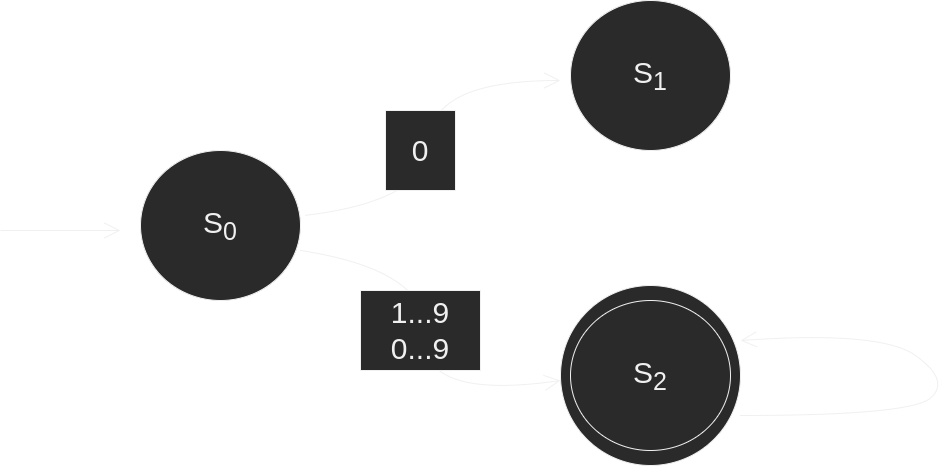
Before: transition_diagrams/decnum_transition_diagram.png, a diagram exported from draw.io (nicholicaron/CMU_compilers). Source tidied: cells renumbered, new cells last; positions are measured from the earlier drawing's top-left corner, leaving out a move shared by most shapes.
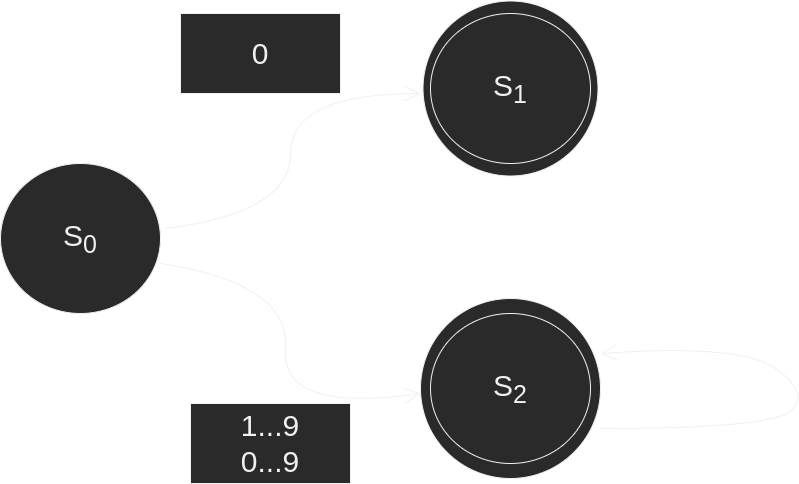
Later version of the same file.

Diff of the diagram source:
```diff
@@ -2,6 +2,9 @@
   <root>
     <mxCell id="0" />
     <mxCell id="1" parent="0" />
+    <mxCell id="15" style="ellipse;whiteSpace=wrap;html=1;hachureGap=4;fontSize=30;" parent="1" vertex="1">
+      <mxGeometry x="562.5" y="-12.5" width="175" height="175" as="geometry" />
+    </mxCell>
     <mxCell id="2" style="ellipse;whiteSpace=wrap;html=1;hachureGap=4;" parent="1" vertex="1">
       <mxGeometry x="560" y="285" width="180" height="180" as="geometry" />
     </mxCell>
@@ -42,18 +45,18 @@
         </Array>
       </mxGeometry>
     </mxCell>
-    <mxCell id="11" style="edgeStyle=none;orthogonalLoop=1;jettySize=auto;html=1;rounded=0;fontSize=30;endArrow=open;startSize=14;endSize=14;sourcePerimeterSpacing=8;targetPerimeterSpacing=8;curved=1;" parent="1" edge="1">
-      <mxGeometry relative="1" as="geometry">
-        <mxPoint y="230" as="sourcePoint" />
-        <mxPoint x="120" y="230" as="targetPoint" />
-      </mxGeometry>
-    </mxCell>
-    <mxCell id="12" value="0" style="rounded=0;whiteSpace=wrap;html=1;hachureGap=4;fontSize=30;" parent="1" vertex="1">
-      <mxGeometry x="385" y="110" width="70" height="80" as="geometry" />
+    <mxCell id="12" style="rounded=0;whiteSpace=wrap;html=1;hachureGap=4;fontSize=30;" parent="1" vertex="1">
+      <mxGeometry x="320" width="160" height="80" as="geometry" />
     </mxCell>
+    <mxCell id="16" value="0" style="text;strokeColor=none;fillColor=none;html=1;align=center;verticalAlign=middle;whiteSpace=wrap;rounded=0;hachureGap=4;fontSize=30;" parent="1" vertex="1">
+      <mxGeometry x="370" y="25" width="60" height="30" as="geometry" />
+    </mxCell>
-    <mxCell id="13" value="1...9&lt;br&gt;0...9" style="rounded=0;whiteSpace=wrap;html=1;hachureGap=4;fontSize=30;" parent="1" vertex="1">
-      <mxGeometry x="360" y="290" width="120" height="80" as="geometry" />
+    <mxCell id="13" style="rounded=0;whiteSpace=wrap;html=1;hachureGap=4;fontSize=30;" parent="1" vertex="1">
+      <mxGeometry x="330" y="390" width="160" height="80" as="geometry" />
     </mxCell>
+    <mxCell id="17" value="1...9&lt;br&gt;0...9" style="text;strokeColor=none;fillColor=none;html=1;align=center;verticalAlign=middle;whiteSpace=wrap;rounded=0;hachureGap=4;fontSize=30;" parent="1" vertex="1">
+      <mxGeometry x="380" y="415" width="60" height="30" as="geometry" />
+    </mxCell>
     <mxCell id="14" style="edgeStyle=none;jettySize=auto;html=1;rounded=0;fontSize=30;endArrow=open;startSize=14;endSize=14;sourcePerimeterSpacing=8;targetPerimeterSpacing=8;curved=1;entryX=1;entryY=0.306;entryDx=0;entryDy=0;entryPerimeter=0;" parent="1" edge="1" target="2">
       <mxGeometry relative="1" as="geometry">
         <mxPoint x="740" y="415" as="sourcePoint" />
```
